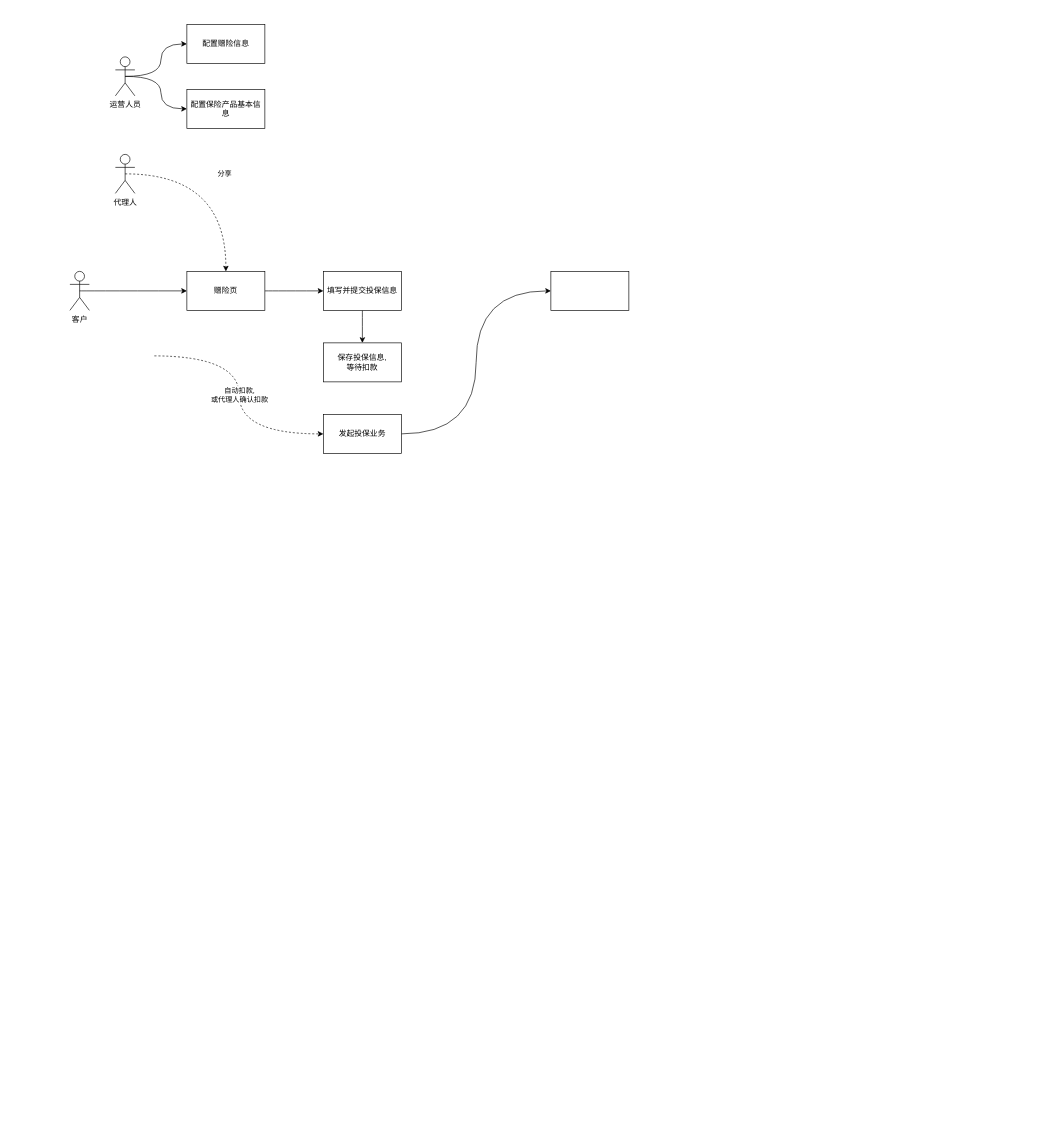
keyeze/StudyPlace keeps this draw.io diagram as StudyDemo/src/一份完整的赠险流程.drawio. Above is the earlier version. Source tidied: cells renumbered, new cells numbered last; positions are measured from the earlier drawing's top-left corner, leaving out a move shared by most shapes. Both pictures are drawn from the tidied source at 65%, with x=0, y=0 at pixel (70, 24).
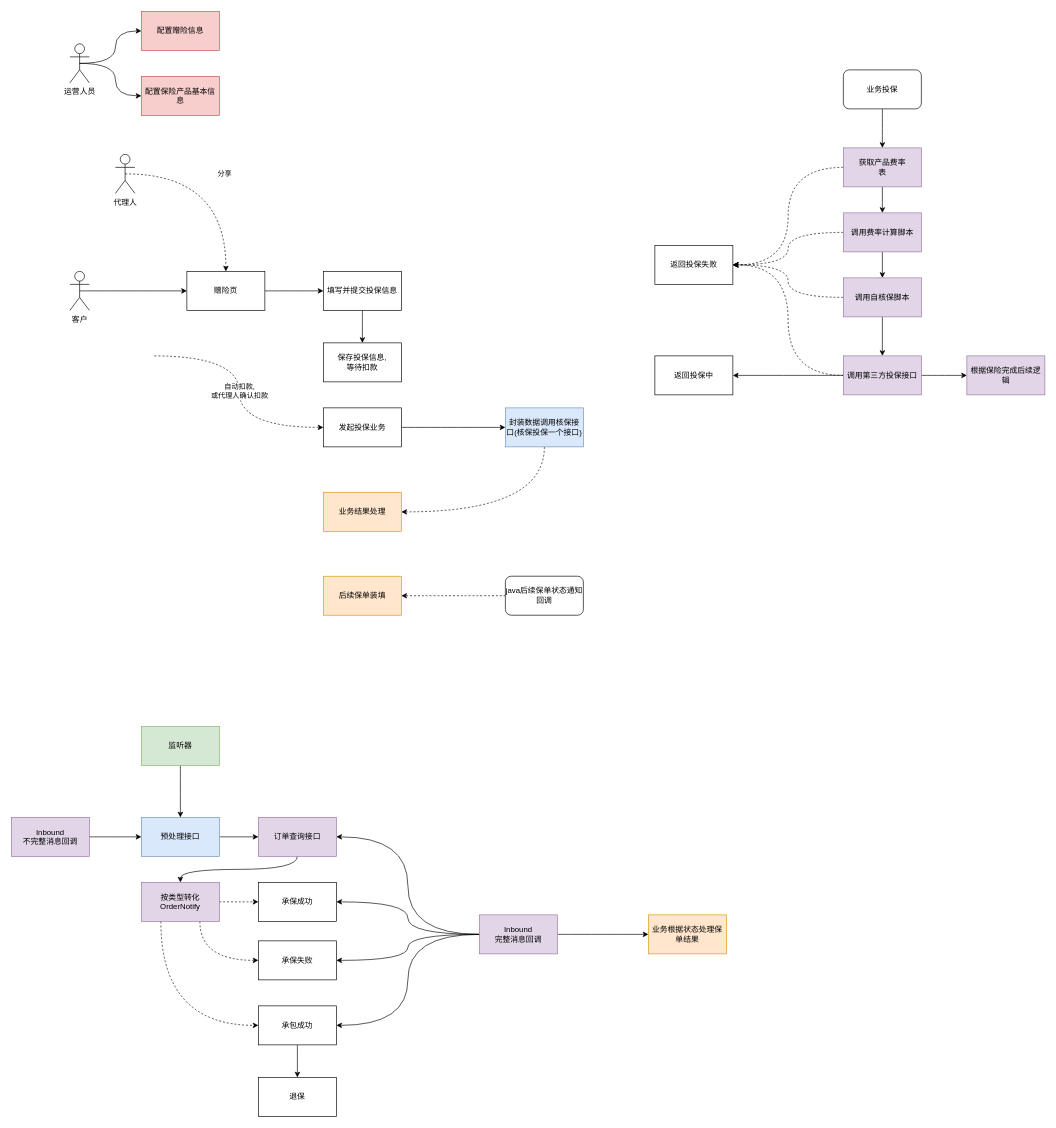
Above is the later version.

Commit message (it also covers changes not shown here):
更新一份完整的赠险流程.drawio

Diff of the diagram source:
```diff
@@
     <mxCell id="4" value="运营人员" style="shape=umlActor;verticalLabelPosition=bottom;labelBackgroundColor=#ffffff;verticalAlign=top;html=1;outlineConnect=0;" parent="1" vertex="1">
-      <mxGeometry x="70" y="50" width="30" height="60" as="geometry" />
+      <mxGeometry y="30" width="30" height="60" as="geometry" />
     </mxCell>
-    <mxCell id="5" value="配置赠险信息" style="rounded=0;whiteSpace=wrap;html=1;" parent="1" vertex="1">
-      <mxGeometry x="180" width="120" height="60" as="geometry" />
+    <mxCell id="5" value="配置赠险信息" style="rounded=0;whiteSpace=wrap;html=1;fillColor=#f8cecc;strokeColor=#b85450;" parent="1" vertex="1">
+      <mxGeometry x="110" y="-20" width="120" height="60" as="geometry" />
     </mxCell>
-    <mxCell id="6" value="配置保险产品基本信息" style="rounded=0;whiteSpace=wrap;html=1;" parent="1" vertex="1">
-      <mxGeometry x="180" y="100" width="120" height="60" as="geometry" />
+    <mxCell id="6" value="配置保险产品基本信息" style="rounded=0;whiteSpace=wrap;html=1;fillColor=#f8cecc;strokeColor=#b85450;" parent="1" vertex="1">
+      <mxGeometry x="110" y="80" width="120" height="60" as="geometry" />
     </mxCell>
@@
     <mxCell id="17" value="发起投保业务" style="rounded=0;whiteSpace=wrap;html=1;" parent="1" vertex="1">
-      <mxGeometry x="390" y="600" width="120" height="60" as="geometry" />
+      <mxGeometry x="390" y="590" width="120" height="60" as="geometry" />
     </mxCell>
@@
+    <mxCell id="20" style="edgeStyle=orthogonalEdgeStyle;curved=1;jettySize=auto;html=1;exitX=0.5;exitY=1;exitDx=0;exitDy=0;entryX=1;entryY=0.5;entryDx=0;entryDy=0;dashed=1;strokeColor=#000000;" parent="1" edge="1" source="19" target="62">
+      <mxGeometry relative="1" as="geometry" />
+    </mxCell>
-    <mxCell id="19" style="rounded=0;whiteSpace=wrap;html=1;" parent="1" vertex="1">
-      <mxGeometry x="740" y="380" width="120" height="60" as="geometry" />
+    <mxCell id="19" value="封装数据调用核保接口(核保投保一个接口)" style="rounded=0;whiteSpace=wrap;html=1;fillColor=#dae8fc;strokeColor=#6c8ebf;" parent="1" vertex="1">
+      <mxGeometry x="670" y="590" width="120" height="60" as="geometry" />
     </mxCell>
+    <mxCell id="21" style="edgeStyle=orthogonalEdgeStyle;curved=1;jettySize=auto;html=1;exitX=0.5;exitY=1;exitDx=0;exitDy=0;entryX=0.5;entryY=0;entryDx=0;entryDy=0;strokeColor=#000000;" parent="1" edge="1" source="22" target="24">
+      <mxGeometry relative="1" as="geometry" />
+    </mxCell>
+    <mxCell id="22" value="监听器" style="rounded=0;whiteSpace=wrap;html=1;fillColor=#d5e8d4;strokeColor=#82b366;" parent="1" vertex="1">
+      <mxGeometry x="110" y="1080" width="120" height="60" as="geometry" />
+    </mxCell>
+    <mxCell id="23" style="edgeStyle=orthogonalEdgeStyle;curved=1;jettySize=auto;html=1;exitX=1;exitY=0.5;exitDx=0;exitDy=0;entryX=0;entryY=0.5;entryDx=0;entryDy=0;strokeColor=#000000;" parent="1" edge="1" source="24" target="26">
+      <mxGeometry relative="1" as="geometry" />
+    </mxCell>
+    <mxCell id="24" value="预处理接口" style="rounded=0;whiteSpace=wrap;html=1;fillColor=#dae8fc;strokeColor=#6c8ebf;" parent="1" vertex="1">
+      <mxGeometry x="110" y="1220" width="120" height="60" as="geometry" />
+    </mxCell>
+    <mxCell id="25" style="edgeStyle=orthogonalEdgeStyle;curved=1;jettySize=auto;html=1;exitX=0.5;exitY=1;exitDx=0;exitDy=0;entryX=0.5;entryY=0;entryDx=0;entryDy=0;strokeColor=#000000;" parent="1" edge="1" source="26" target="30">
+      <mxGeometry relative="1" as="geometry" />
+    </mxCell>
+    <mxCell id="26" value="订单查询接口" style="rounded=0;whiteSpace=wrap;html=1;fillColor=#e1d5e7;strokeColor=#9673a6;" parent="1" vertex="1">
+      <mxGeometry x="290" y="1220" width="120" height="60" as="geometry" />
+    </mxCell>
+    <mxCell id="27" style="edgeStyle=orthogonalEdgeStyle;curved=1;jettySize=auto;html=1;exitX=1;exitY=0.5;exitDx=0;exitDy=0;entryX=0;entryY=0.5;entryDx=0;entryDy=0;strokeColor=#000000;dashed=1;" parent="1" edge="1" source="30" target="31">
+      <mxGeometry relative="1" as="geometry" />
+    </mxCell>
+    <mxCell id="28" style="edgeStyle=orthogonalEdgeStyle;curved=1;jettySize=auto;html=1;exitX=0.75;exitY=1;exitDx=0;exitDy=0;entryX=0;entryY=0.5;entryDx=0;entryDy=0;dashed=1;strokeColor=#000000;" parent="1" edge="1" source="30" target="32">
+      <mxGeometry relative="1" as="geometry" />
+    </mxCell>
+    <mxCell id="29" style="edgeStyle=orthogonalEdgeStyle;curved=1;jettySize=auto;html=1;exitX=0.25;exitY=1;exitDx=0;exitDy=0;entryX=0;entryY=0.5;entryDx=0;entryDy=0;dashed=1;strokeColor=#000000;" parent="1" edge="1" source="30" target="34">
+      <mxGeometry relative="1" as="geometry" />
+    </mxCell>
+    <mxCell id="30" value="按类型转化OrderNotify" style="rounded=0;whiteSpace=wrap;html=1;fillColor=#e1d5e7;strokeColor=#9673a6;" parent="1" vertex="1">
+      <mxGeometry x="110" y="1320" width="120" height="60" as="geometry" />
+    </mxCell>
+    <mxCell id="31" value="承保成功" style="rounded=0;whiteSpace=wrap;html=1;" parent="1" vertex="1">
+      <mxGeometry x="290" y="1320" width="120" height="60" as="geometry" />
+    </mxCell>
+    <mxCell id="32" value="承保失败" style="rounded=0;whiteSpace=wrap;html=1;" parent="1" vertex="1">
+      <mxGeometry x="290" y="1410" width="120" height="60" as="geometry" />
+    </mxCell>
+    <mxCell id="33" style="edgeStyle=orthogonalEdgeStyle;curved=1;jettySize=auto;html=1;strokeColor=#000000;" parent="1" edge="1" source="34" target="35">
+      <mxGeometry relative="1" as="geometry" />
+    </mxCell>
+    <mxCell id="34" value="承包成功" style="rounded=0;whiteSpace=wrap;html=1;" parent="1" vertex="1">
+      <mxGeometry x="290" y="1510" width="120" height="60" as="geometry" />
+    </mxCell>
+    <mxCell id="35" value="退保" style="rounded=0;whiteSpace=wrap;html=1;" parent="1" vertex="1">
+      <mxGeometry x="290" y="1620" width="120" height="60" as="geometry" />
+    </mxCell>
+    <mxCell id="36" style="edgeStyle=orthogonalEdgeStyle;curved=1;jettySize=auto;html=1;exitX=1;exitY=0.5;exitDx=0;exitDy=0;entryX=0;entryY=0.5;entryDx=0;entryDy=0;strokeColor=#000000;" parent="1" edge="1" source="37" target="24">
+      <mxGeometry relative="1" as="geometry" />
+    </mxCell>
+    <mxCell id="37" value="Inbound&lt;br&gt;不完整消息回调" style="rounded=0;whiteSpace=wrap;html=1;fillColor=#e1d5e7;strokeColor=#9673a6;" parent="1" vertex="1">
+      <mxGeometry x="-90" y="1220" width="120" height="60" as="geometry" />
+    </mxCell>
+    <mxCell id="38" style="edgeStyle=orthogonalEdgeStyle;curved=1;jettySize=auto;html=1;exitX=0;exitY=0.5;exitDx=0;exitDy=0;entryX=1;entryY=0.5;entryDx=0;entryDy=0;strokeColor=#000000;" parent="1" edge="1" source="43" target="26">
+      <mxGeometry relative="1" as="geometry" />
+    </mxCell>
+    <mxCell id="39" style="edgeStyle=orthogonalEdgeStyle;curved=1;jettySize=auto;html=1;exitX=0;exitY=0.5;exitDx=0;exitDy=0;entryX=1;entryY=0.5;entryDx=0;entryDy=0;strokeColor=#000000;" parent="1" edge="1" source="43" target="31">
+      <mxGeometry relative="1" as="geometry" />
+    </mxCell>
+    <mxCell id="40" style="edgeStyle=orthogonalEdgeStyle;curved=1;jettySize=auto;html=1;exitX=0;exitY=0.5;exitDx=0;exitDy=0;entryX=1;entryY=0.5;entryDx=0;entryDy=0;strokeColor=#000000;" parent="1" edge="1" source="43" target="32">
+      <mxGeometry relative="1" as="geometry" />
+    </mxCell>
+    <mxCell id="41" style="edgeStyle=orthogonalEdgeStyle;curved=1;jettySize=auto;html=1;exitX=0;exitY=0.5;exitDx=0;exitDy=0;entryX=1;entryY=0.5;entryDx=0;entryDy=0;strokeColor=#000000;" parent="1" edge="1" source="43" target="34">
+      <mxGeometry relative="1" as="geometry" />
+    </mxCell>
+    <mxCell id="42" style="edgeStyle=orthogonalEdgeStyle;curved=1;jettySize=auto;html=1;exitX=1;exitY=0.5;exitDx=0;exitDy=0;entryX=0;entryY=0.5;entryDx=0;entryDy=0;strokeColor=#000000;" parent="1" edge="1" source="43" target="44">
+      <mxGeometry relative="1" as="geometry" />
+    </mxCell>
+    <mxCell id="43" value="Inbound&lt;br&gt;完整消息回调" style="rounded=0;whiteSpace=wrap;html=1;fillColor=#e1d5e7;strokeColor=#9673a6;" parent="1" vertex="1">
+      <mxGeometry x="630" y="1370" width="120" height="60" as="geometry" />
+    </mxCell>
+    <mxCell id="44" value="业务根据状态处理保单结果" style="rounded=0;whiteSpace=wrap;html=1;fillColor=#ffe6cc;strokeColor=#d79b00;" parent="1" vertex="1">
+      <mxGeometry x="890" y="1370" width="120" height="60" as="geometry" />
+    </mxCell>
+    <mxCell id="45" style="edgeStyle=orthogonalEdgeStyle;rounded=0;jettySize=auto;html=1;exitX=0.5;exitY=1;exitDx=0;exitDy=0;entryX=0.5;entryY=0;entryDx=0;entryDy=0;" parent="1" edge="1" source="47" target="50">
+      <mxGeometry relative="1" as="geometry" />
+    </mxCell>
+    <mxCell id="46" style="edgeStyle=orthogonalEdgeStyle;jettySize=auto;html=1;exitX=0;exitY=0.5;exitDx=0;exitDy=0;entryX=1;entryY=0.5;entryDx=0;entryDy=0;strokeColor=#000000;curved=1;dashed=1;" parent="1" edge="1" source="47" target="59">
+      <mxGeometry relative="1" as="geometry" />
+    </mxCell>
+    <mxCell id="47" value="获取产品费率&lt;br&gt;表" style="rounded=0;whiteSpace=wrap;html=1;fillColor=#e1d5e7;strokeColor=#9673a6;" parent="1" vertex="1">
+      <mxGeometry x="1190" y="190" width="120" height="60" as="geometry" />
+    </mxCell>
+    <mxCell id="48" style="edgeStyle=orthogonalEdgeStyle;rounded=0;jettySize=auto;html=1;exitX=0.5;exitY=1;exitDx=0;exitDy=0;entryX=0.5;entryY=0;entryDx=0;entryDy=0;" parent="1" edge="1" source="50" target="53">
+      <mxGeometry relative="1" as="geometry" />
+    </mxCell>
+    <mxCell id="49" style="edgeStyle=orthogonalEdgeStyle;curved=1;jettySize=auto;html=1;exitX=0;exitY=0.5;exitDx=0;exitDy=0;dashed=1;strokeColor=#000000;entryX=1;entryY=0.5;entryDx=0;entryDy=0;" parent="1" edge="1" source="50" target="59">
+      <mxGeometry relative="1" as="geometry" />
+    </mxCell>
+    <mxCell id="50" value="调用费率计算脚本" style="rounded=0;whiteSpace=wrap;html=1;fillColor=#e1d5e7;strokeColor=#9673a6;" parent="1" vertex="1">
+      <mxGeometry x="1190" y="290" width="120" height="60" as="geometry" />
+    </mxCell>
+    <mxCell id="51" style="edgeStyle=orthogonalEdgeStyle;rounded=0;jettySize=auto;html=1;exitX=0.5;exitY=1;exitDx=0;exitDy=0;entryX=0.5;entryY=0;entryDx=0;entryDy=0;" parent="1" edge="1" source="53" target="57">
+      <mxGeometry relative="1" as="geometry" />
+    </mxCell>
+    <mxCell id="52" style="edgeStyle=orthogonalEdgeStyle;curved=1;jettySize=auto;html=1;exitX=0;exitY=0.5;exitDx=0;exitDy=0;entryX=1;entryY=0.5;entryDx=0;entryDy=0;dashed=1;strokeColor=#000000;" parent="1" edge="1" source="53" target="59">
+      <mxGeometry relative="1" as="geometry" />
+    </mxCell>
+    <mxCell id="53" value="调用自核保脚本" style="rounded=0;whiteSpace=wrap;html=1;fillColor=#e1d5e7;strokeColor=#9673a6;" parent="1" vertex="1">
+      <mxGeometry x="1190" y="390" width="120" height="60" as="geometry" />
+    </mxCell>
+    <mxCell id="54" style="edgeStyle=orthogonalEdgeStyle;curved=1;jettySize=auto;html=1;exitX=0;exitY=0.5;exitDx=0;exitDy=0;entryX=1;entryY=0.5;entryDx=0;entryDy=0;strokeColor=#000000;" parent="1" edge="1" source="57" target="58">
+      <mxGeometry relative="1" as="geometry" />
+    </mxCell>
+    <mxCell id="55" style="edgeStyle=orthogonalEdgeStyle;curved=1;jettySize=auto;html=1;exitX=0;exitY=0.5;exitDx=0;exitDy=0;entryX=1;entryY=0.5;entryDx=0;entryDy=0;strokeColor=#000000;dashed=1;" parent="1" edge="1" source="57" target="59">
+      <mxGeometry relative="1" as="geometry" />
+    </mxCell>
+    <mxCell id="56" style="edgeStyle=orthogonalEdgeStyle;curved=1;jettySize=auto;html=1;exitX=1;exitY=0.5;exitDx=0;exitDy=0;entryX=0;entryY=0.5;entryDx=0;entryDy=0;strokeColor=#000000;" parent="1" edge="1" source="57" target="63">
+      <mxGeometry relative="1" as="geometry" />
+    </mxCell>
+    <mxCell id="57" value="调用第三方投保接口" style="rounded=0;whiteSpace=wrap;html=1;fillColor=#e1d5e7;strokeColor=#9673a6;" parent="1" vertex="1">
+      <mxGeometry x="1190" y="510" width="120" height="60" as="geometry" />
+    </mxCell>
+    <mxCell id="58" value="返回投保中" style="rounded=0;whiteSpace=wrap;html=1;" parent="1" vertex="1">
+      <mxGeometry x="900" y="510" width="120" height="60" as="geometry" />
+    </mxCell>
+    <mxCell id="59" value="返回投保失败" style="rounded=0;whiteSpace=wrap;html=1;" parent="1" vertex="1">
+      <mxGeometry x="900" y="340" width="120" height="60" as="geometry" />
+    </mxCell>
+    <mxCell id="60" style="edgeStyle=orthogonalEdgeStyle;curved=1;jettySize=auto;html=1;exitX=0.5;exitY=1;exitDx=0;exitDy=0;entryX=0.5;entryY=0;entryDx=0;entryDy=0;strokeColor=#000000;" parent="1" edge="1" source="61" target="47">
+      <mxGeometry relative="1" as="geometry" />
+    </mxCell>
+    <mxCell id="61" value="业务投保" style="rounded=1;whiteSpace=wrap;html=1;" parent="1" vertex="1">
+      <mxGeometry x="1190" y="70" width="120" height="60" as="geometry" />
+    </mxCell>
+    <mxCell id="62" value="业务结果处理" style="rounded=0;whiteSpace=wrap;html=1;fillColor=#ffe6cc;strokeColor=#d79b00;" parent="1" vertex="1">
+      <mxGeometry x="390" y="720" width="120" height="60" as="geometry" />
+    </mxCell>
+    <mxCell id="63" value="根据保险完成后续逻辑" style="rounded=0;whiteSpace=wrap;html=1;fillColor=#e1d5e7;strokeColor=#9673a6;" parent="1" vertex="1">
+      <mxGeometry x="1380" y="510" width="120" height="60" as="geometry" />
+    </mxCell>
+    <mxCell id="64" value="后续保单装填" style="rounded=0;whiteSpace=wrap;html=1;fillColor=#ffe6cc;strokeColor=#d79b00;" parent="1" vertex="1">
+      <mxGeometry x="390" y="849" width="120" height="60" as="geometry" />
+    </mxCell>
+    <mxCell id="65" style="edgeStyle=orthogonalEdgeStyle;curved=1;jettySize=auto;html=1;entryX=1;entryY=0.5;entryDx=0;entryDy=0;dashed=1;strokeColor=#000000;exitX=0;exitY=0.5;exitDx=0;exitDy=0;" parent="1" edge="1" source="66" target="64">
+      <mxGeometry relative="1" as="geometry" />
+    </mxCell>
+    <mxCell id="66" value="java后续保单状态通知回调" style="rounded=1;whiteSpace=wrap;html=1;" parent="1" vertex="1">
+      <mxGeometry x="670" y="849" width="120" height="60" as="geometry" />
+    </mxCell>
```
